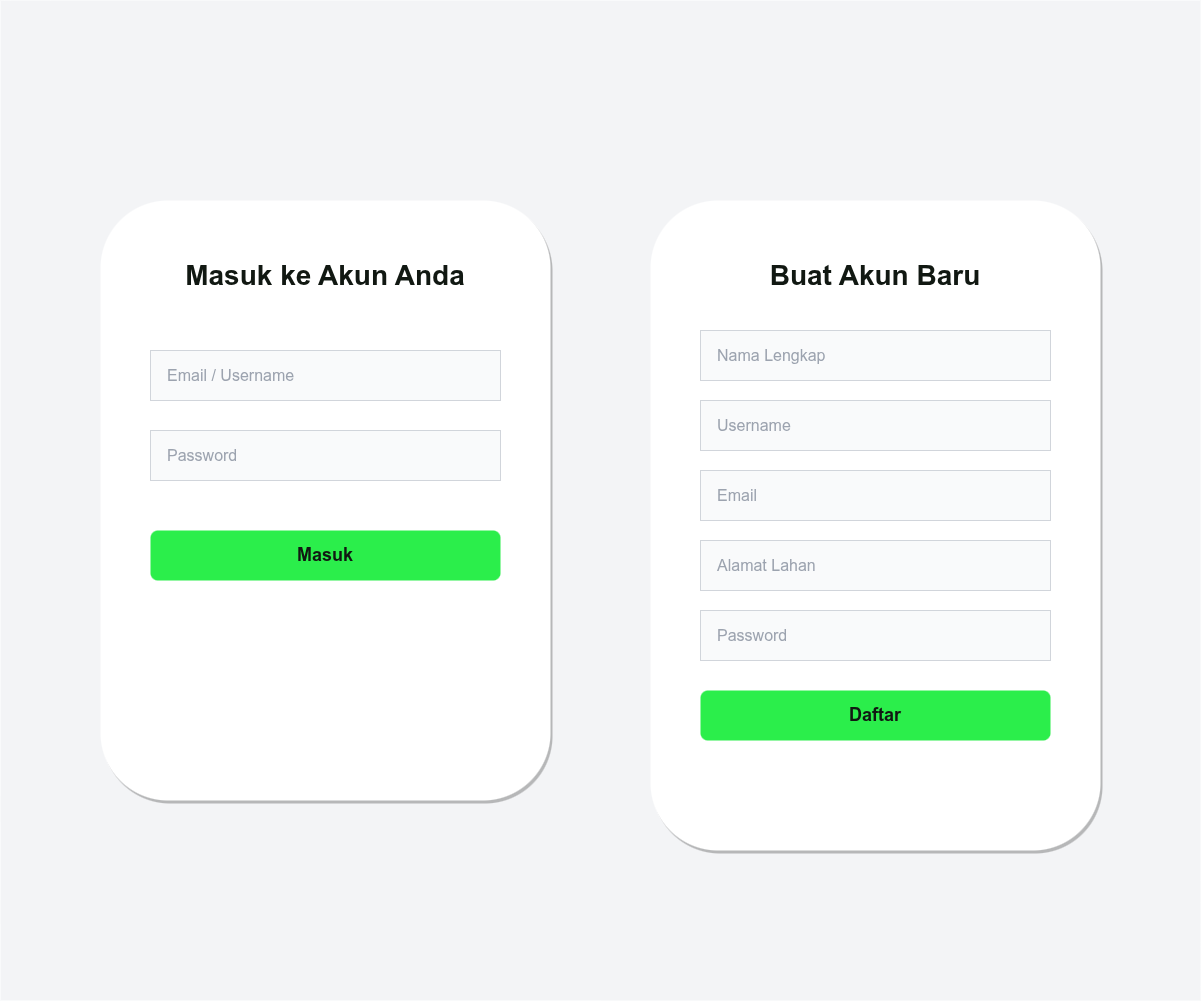
RajaSunrise/kangkungku keeps this draw.io diagram as diagram/desain/auth.png. Above is the earlier version. Source tidied: cells renumbered, new cells last; positions are measured from the earlier drawing's top-left corner, leaving out a move shared by most shapes. Source of this version:
```xml
<mxGraphModel>
  <root>
    <mxCell id="0" />
    <mxCell id="1" parent="0" />
    <mxCell id="2" style="rounded=0;whiteSpace=wrap;html=1;fillColor=#F3F4F6;strokeColor=none;" parent="1" vertex="1">
      <mxGeometry width="1200" height="1000" as="geometry" />
    </mxCell>
    <mxCell id="3" style="rounded=1;whiteSpace=wrap;html=1;fillColor=#FFFFFF;strokeColor=none;shadow=1;" parent="1" vertex="1">
      <mxGeometry x="100" y="200" width="450" height="600" as="geometry" />
    </mxCell>
    <mxCell id="4" value="Masuk ke Akun Anda" style="text;html=1;strokeColor=none;fillColor=none;align=center;verticalAlign=middle;whiteSpace=wrap;rounded=0;fontColor=#111812;fontSize=28;fontStyle=1;" parent="1" vertex="1">
      <mxGeometry x="125" y="250" width="400" height="50" as="geometry" />
    </mxCell>
    <mxCell id="5" value="Email / Username" style="rounded=0;whiteSpace=wrap;html=1;fillColor=#F9FAFB;strokeColor=#D1D5DB;fontColor=#9CA3AF;align=left;spacingLeft=15;fontSize=16;" parent="1" vertex="1">
      <mxGeometry x="150" y="350" width="350" height="50" as="geometry" />
    </mxCell>
    <mxCell id="6" value="Password" style="rounded=0;whiteSpace=wrap;html=1;fillColor=#F9FAFB;strokeColor=#D1D5DB;fontColor=#9CA3AF;align=left;spacingLeft=15;fontSize=16;" parent="1" vertex="1">
      <mxGeometry x="150" y="430" width="350" height="50" as="geometry" />
    </mxCell>
    <mxCell id="7" value="Masuk" style="rounded=1;whiteSpace=wrap;html=1;fillColor=#2BEE4B;strokeColor=none;fontColor=#111812;fontStyle=1;fontSize=18;" parent="1" vertex="1">
      <mxGeometry x="150" y="530" width="350" height="50" as="geometry" />
    </mxCell>
    <mxCell id="8" style="rounded=1;whiteSpace=wrap;html=1;fillColor=#FFFFFF;strokeColor=none;shadow=1;" parent="1" vertex="1">
      <mxGeometry x="650" y="200" width="450" height="650" as="geometry" />
    </mxCell>
    <mxCell id="9" value="Buat Akun Baru" style="text;html=1;strokeColor=none;fillColor=none;align=center;verticalAlign=middle;whiteSpace=wrap;rounded=0;fontColor=#111812;fontSize=28;fontStyle=1;" parent="1" vertex="1">
      <mxGeometry x="675" y="250" width="400" height="50" as="geometry" />
    </mxCell>
    <mxCell id="10" value="Nama Lengkap" style="rounded=0;whiteSpace=wrap;html=1;fillColor=#F9FAFB;strokeColor=#D1D5DB;fontColor=#9CA3AF;align=left;spacingLeft=15;fontSize=16;" parent="1" vertex="1">
      <mxGeometry x="700" y="330" width="350" height="50" as="geometry" />
    </mxCell>
    <mxCell id="11" value="Username" style="rounded=0;whiteSpace=wrap;html=1;fillColor=#F9FAFB;strokeColor=#D1D5DB;fontColor=#9CA3AF;align=left;spacingLeft=15;fontSize=16;" parent="1" vertex="1">
      <mxGeometry x="700" y="400" width="350" height="50" as="geometry" />
    </mxCell>
    <mxCell id="12" value="Email" style="rounded=0;whiteSpace=wrap;html=1;fillColor=#F9FAFB;strokeColor=#D1D5DB;fontColor=#9CA3AF;align=left;spacingLeft=15;fontSize=16;" parent="1" vertex="1">
      <mxGeometry x="700" y="470" width="350" height="50" as="geometry" />
    </mxCell>
    <mxCell id="13" value="Alamat Lahan" style="rounded=0;whiteSpace=wrap;html=1;fillColor=#F9FAFB;strokeColor=#D1D5DB;fontColor=#9CA3AF;align=left;spacingLeft=15;fontSize=16;" parent="1" vertex="1">
      <mxGeometry x="700" y="540" width="350" height="50" as="geometry" />
    </mxCell>
    <mxCell id="14" value="Password" style="rounded=0;whiteSpace=wrap;html=1;fillColor=#F9FAFB;strokeColor=#D1D5DB;fontColor=#9CA3AF;align=left;spacingLeft=15;fontSize=16;" parent="1" vertex="1">
      <mxGeometry x="700" y="610" width="350" height="50" as="geometry" />
    </mxCell>
    <mxCell id="15" value="Daftar" style="rounded=1;whiteSpace=wrap;html=1;fillColor=#2BEE4B;strokeColor=none;fontColor=#111812;fontStyle=1;fontSize=18;" parent="1" vertex="1">
      <mxGeometry x="700" y="690" width="350" height="50" as="geometry" />
    </mxCell>
  </root>
</mxGraphModel>
```
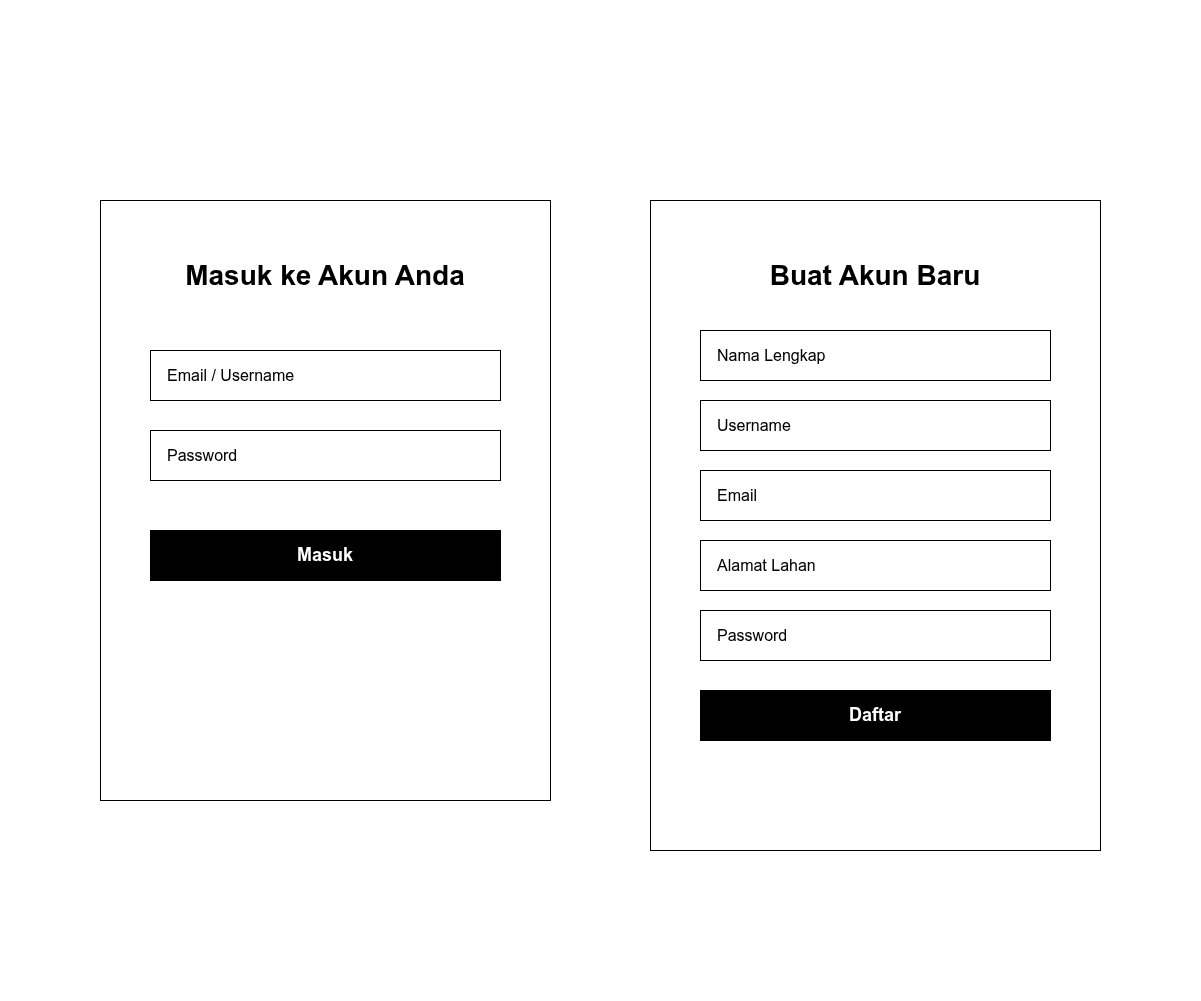
The same file after the commit.

Change to the diagram source:
```diff
@@ -2,46 +2,46 @@
   <root>
     <mxCell id="0" />
     <mxCell id="1" parent="0" />
-    <mxCell id="2" style="rounded=0;whiteSpace=wrap;html=1;fillColor=#F3F4F6;strokeColor=none;" parent="1" vertex="1">
+    <mxCell id="2" style="rounded=0;whiteSpace=wrap;html=1;fillColor=#FFFFFF;strokeColor=none;" parent="1" vertex="1">
       <mxGeometry width="1200" height="1000" as="geometry" />
     </mxCell>
-    <mxCell id="3" style="rounded=1;whiteSpace=wrap;html=1;fillColor=#FFFFFF;strokeColor=none;shadow=1;" parent="1" vertex="1">
+    <mxCell id="3" style="rounded=0;whiteSpace=wrap;html=1;fillColor=#FFFFFF;strokeColor=#000000;" parent="1" vertex="1">
       <mxGeometry x="100" y="200" width="450" height="600" as="geometry" />
     </mxCell>
-    <mxCell id="4" value="Masuk ke Akun Anda" style="text;html=1;strokeColor=none;fillColor=none;align=center;verticalAlign=middle;whiteSpace=wrap;rounded=0;fontColor=#111812;fontSize=28;fontStyle=1;" parent="1" vertex="1">
+    <mxCell id="4" value="Masuk ke Akun Anda" style="text;html=1;strokeColor=none;fillColor=none;align=center;verticalAlign=middle;whiteSpace=wrap;rounded=0;fontColor=#000000;fontSize=28;fontStyle=1;" parent="1" vertex="1">
       <mxGeometry x="125" y="250" width="400" height="50" as="geometry" />
     </mxCell>
-    <mxCell id="5" value="Email / Username" style="rounded=0;whiteSpace=wrap;html=1;fillColor=#F9FAFB;strokeColor=#D1D5DB;fontColor=#9CA3AF;align=left;spacingLeft=15;fontSize=16;" parent="1" vertex="1">
+    <mxCell id="5" value="Email / Username" style="rounded=0;whiteSpace=wrap;html=1;fillColor=#FFFFFF;strokeColor=#000000;fontColor=#000000;align=left;spacingLeft=15;fontSize=16;" parent="1" vertex="1">
       <mxGeometry x="150" y="350" width="350" height="50" as="geometry" />
     </mxCell>
-    <mxCell id="6" value="Password" style="rounded=0;whiteSpace=wrap;html=1;fillColor=#F9FAFB;strokeColor=#D1D5DB;fontColor=#9CA3AF;align=left;spacingLeft=15;fontSize=16;" parent="1" vertex="1">
+    <mxCell id="6" value="Password" style="rounded=0;whiteSpace=wrap;html=1;fillColor=#FFFFFF;strokeColor=#000000;fontColor=#000000;align=left;spacingLeft=15;fontSize=16;" parent="1" vertex="1">
       <mxGeometry x="150" y="430" width="350" height="50" as="geometry" />
     </mxCell>
-    <mxCell id="7" value="Masuk" style="rounded=1;whiteSpace=wrap;html=1;fillColor=#2BEE4B;strokeColor=none;fontColor=#111812;fontStyle=1;fontSize=18;" parent="1" vertex="1">
+    <mxCell id="7" value="Masuk" style="rounded=0;whiteSpace=wrap;html=1;fillColor=#000000;strokeColor=#000000;fontColor=#FFFFFF;fontStyle=1;fontSize=18;" parent="1" vertex="1">
       <mxGeometry x="150" y="530" width="350" height="50" as="geometry" />
     </mxCell>
-    <mxCell id="8" style="rounded=1;whiteSpace=wrap;html=1;fillColor=#FFFFFF;strokeColor=none;shadow=1;" parent="1" vertex="1">
+    <mxCell id="8" style="rounded=0;whiteSpace=wrap;html=1;fillColor=#FFFFFF;strokeColor=#000000;" parent="1" vertex="1">
       <mxGeometry x="650" y="200" width="450" height="650" as="geometry" />
     </mxCell>
-    <mxCell id="9" value="Buat Akun Baru" style="text;html=1;strokeColor=none;fillColor=none;align=center;verticalAlign=middle;whiteSpace=wrap;rounded=0;fontColor=#111812;fontSize=28;fontStyle=1;" parent="1" vertex="1">
+    <mxCell id="9" value="Buat Akun Baru" style="text;html=1;strokeColor=none;fillColor=none;align=center;verticalAlign=middle;whiteSpace=wrap;rounded=0;fontColor=#000000;fontSize=28;fontStyle=1;" parent="1" vertex="1">
       <mxGeometry x="675" y="250" width="400" height="50" as="geometry" />
     </mxCell>
-    <mxCell id="10" value="Nama Lengkap" style="rounded=0;whiteSpace=wrap;html=1;fillColor=#F9FAFB;strokeColor=#D1D5DB;fontColor=#9CA3AF;align=left;spacingLeft=15;fontSize=16;" parent="1" vertex="1">
+    <mxCell id="10" value="Nama Lengkap" style="rounded=0;whiteSpace=wrap;html=1;fillColor=#FFFFFF;strokeColor=#000000;fontColor=#000000;align=left;spacingLeft=15;fontSize=16;" parent="1" vertex="1">
       <mxGeometry x="700" y="330" width="350" height="50" as="geometry" />
     </mxCell>
-    <mxCell id="11" value="Username" style="rounded=0;whiteSpace=wrap;html=1;fillColor=#F9FAFB;strokeColor=#D1D5DB;fontColor=#9CA3AF;align=left;spacingLeft=15;fontSize=16;" parent="1" vertex="1">
+    <mxCell id="11" value="Username" style="rounded=0;whiteSpace=wrap;html=1;fillColor=#FFFFFF;strokeColor=#000000;fontColor=#000000;align=left;spacingLeft=15;fontSize=16;" parent="1" vertex="1">
       <mxGeometry x="700" y="400" width="350" height="50" as="geometry" />
     </mxCell>
-    <mxCell id="12" value="Email" style="rounded=0;whiteSpace=wrap;html=1;fillColor=#F9FAFB;strokeColor=#D1D5DB;fontColor=#9CA3AF;align=left;spacingLeft=15;fontSize=16;" parent="1" vertex="1">
+    <mxCell id="12" value="Email" style="rounded=0;whiteSpace=wrap;html=1;fillColor=#FFFFFF;strokeColor=#000000;fontColor=#000000;align=left;spacingLeft=15;fontSize=16;" parent="1" vertex="1">
       <mxGeometry x="700" y="470" width="350" height="50" as="geometry" />
     </mxCell>
-    <mxCell id="13" value="Alamat Lahan" style="rounded=0;whiteSpace=wrap;html=1;fillColor=#F9FAFB;strokeColor=#D1D5DB;fontColor=#9CA3AF;align=left;spacingLeft=15;fontSize=16;" parent="1" vertex="1">
+    <mxCell id="13" value="Alamat Lahan" style="rounded=0;whiteSpace=wrap;html=1;fillColor=#FFFFFF;strokeColor=#000000;fontColor=#000000;align=left;spacingLeft=15;fontSize=16;" parent="1" vertex="1">
       <mxGeometry x="700" y="540" width="350" height="50" as="geometry" />
     </mxCell>
-    <mxCell id="14" value="Password" style="rounded=0;whiteSpace=wrap;html=1;fillColor=#F9FAFB;strokeColor=#D1D5DB;fontColor=#9CA3AF;align=left;spacingLeft=15;fontSize=16;" parent="1" vertex="1">
+    <mxCell id="14" value="Password" style="rounded=0;whiteSpace=wrap;html=1;fillColor=#FFFFFF;strokeColor=#000000;fontColor=#000000;align=left;spacingLeft=15;fontSize=16;" parent="1" vertex="1">
       <mxGeometry x="700" y="610" width="350" height="50" as="geometry" />
     </mxCell>
-    <mxCell id="15" value="Daftar" style="rounded=1;whiteSpace=wrap;html=1;fillColor=#2BEE4B;strokeColor=none;fontColor=#111812;fontStyle=1;fontSize=18;" parent="1" vertex="1">
+    <mxCell id="15" value="Daftar" style="rounded=0;whiteSpace=wrap;html=1;fillColor=#000000;strokeColor=#000000;fontColor=#FFFFFF;fontStyle=1;fontSize=18;" parent="1" vertex="1">
       <mxGeometry x="700" y="690" width="350" height="50" as="geometry" />
     </mxCell>
   </root>
```
